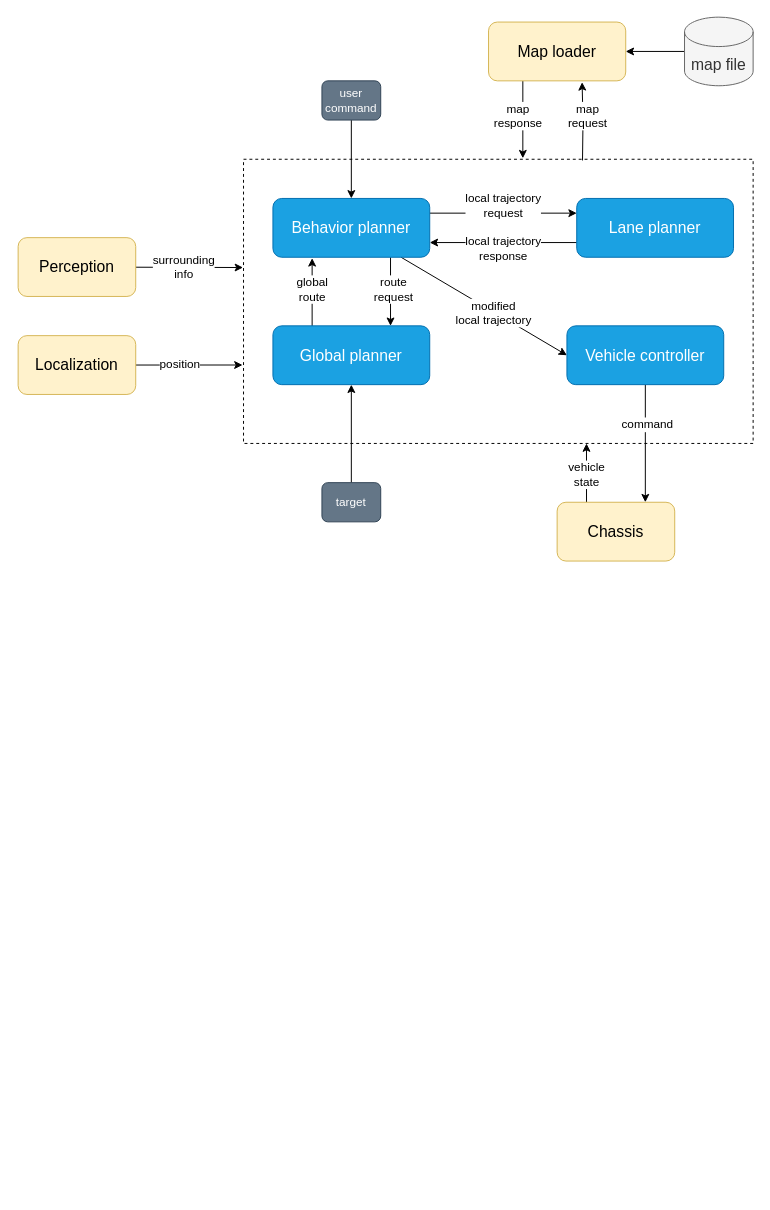
Above: ADU/planning/palnning_structure.drawio in mMikaa00/For_draw_io (draw.io), before the change. Source tidied: cells renumbered, new cells numbered last; positions are measured from the earlier drawing's top-left corner, leaving out a move shared by most shapes. Both pictures are drawn from the tidied source at 98%, with x=0, y=0 at pixel (18, 17).
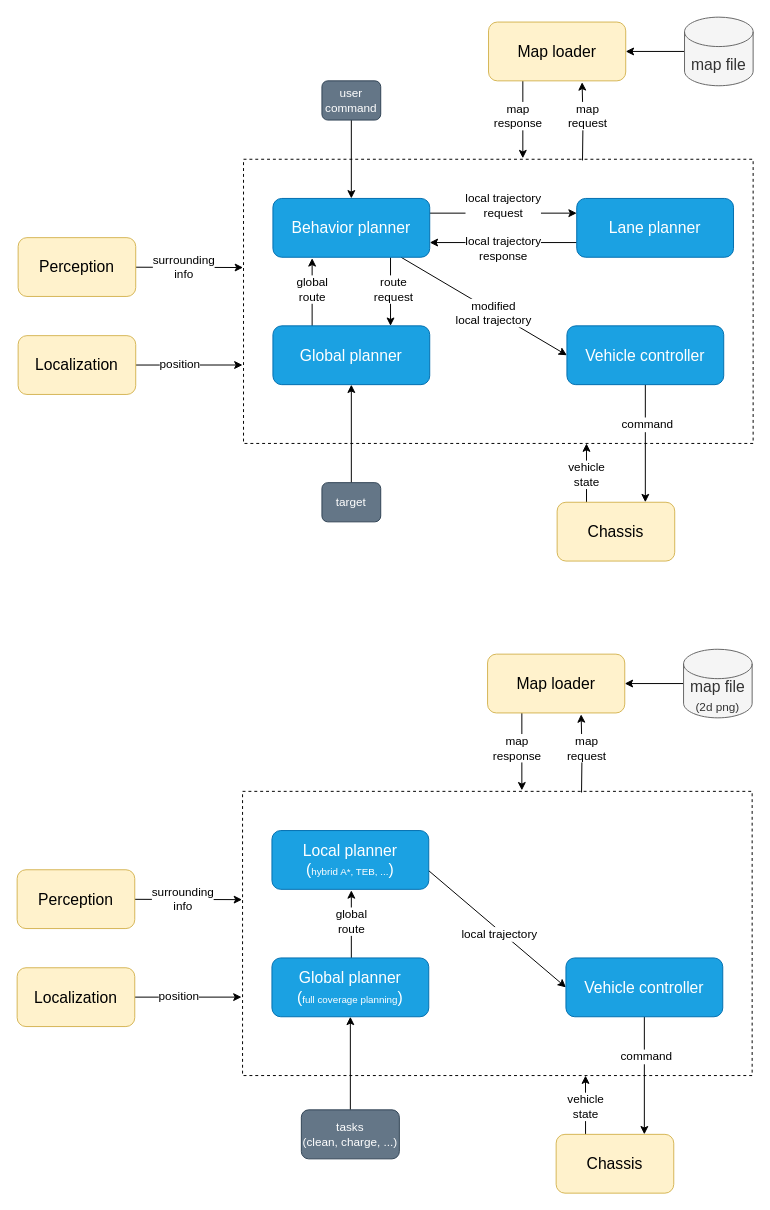
The same diagram, later.

Change to the diagram source:
```diff
@@
+    <mxCell id="39" style="rounded=0;whiteSpace=wrap;html=1;fontSize=16;fillColor=none;dashed=1;" parent="1" vertex="1">
+      <mxGeometry x="229" y="790" width="520" height="290" as="geometry" />
+    </mxCell>
+    <mxCell id="40" style="edgeStyle=none;rounded=0;jettySize=auto;html=1;entryX=-0.001;entryY=0.381;entryDx=0;entryDy=0;entryPerimeter=0;fontSize=12;" parent="1" edge="1" source="42" target="39">
+      <mxGeometry relative="1" as="geometry" />
+    </mxCell>
+    <mxCell id="41" value="surrounding&lt;br&gt;info" style="edgeLabel;html=1;align=center;verticalAlign=middle;fontSize=12;" parent="40" vertex="1">
+      <mxGeometry x="-0.25" y="1" relative="1" as="geometry">
+        <mxPoint x="7" as="offset" />
+      </mxGeometry>
+    </mxCell>
+    <mxCell id="42" value="Perception" style="rounded=1;whiteSpace=wrap;html=1;fontSize=16;fillColor=#fff2cc;strokeColor=#d6b656;" parent="1" vertex="1">
+      <mxGeometry x="-1" y="870" width="120" height="60" as="geometry" />
+    </mxCell>
+    <mxCell id="43" style="edgeStyle=none;rounded=0;jettySize=auto;html=1;entryX=-0.002;entryY=0.724;entryDx=0;entryDy=0;entryPerimeter=0;fontSize=12;" parent="1" edge="1" source="45" target="39">
+      <mxGeometry relative="1" as="geometry" />
+    </mxCell>
+    <mxCell id="44" value="position" style="edgeLabel;html=1;align=center;verticalAlign=middle;fontSize=12;" parent="43" vertex="1">
+      <mxGeometry x="-0.18" y="1" relative="1" as="geometry" />
+    </mxCell>
+    <mxCell id="45" value="Localization" style="rounded=1;whiteSpace=wrap;html=1;fontSize=16;fillColor=#fff2cc;strokeColor=#d6b656;" parent="1" vertex="1">
+      <mxGeometry x="-1" y="970" width="120" height="60" as="geometry" />
+    </mxCell>
+    <mxCell id="46" style="edgeStyle=none;rounded=0;jettySize=auto;html=1;fontSize=12;exitX=0.25;exitY=0;exitDx=0;exitDy=0;entryX=0.673;entryY=1;entryDx=0;entryDy=0;entryPerimeter=0;" parent="1" edge="1" source="48" target="39">
+      <mxGeometry relative="1" as="geometry" />
+    </mxCell>
+    <mxCell id="47" value="vehicle&lt;br&gt;state" style="edgeLabel;html=1;align=center;verticalAlign=middle;fontSize=12;" parent="46" vertex="1">
+      <mxGeometry x="0.11" relative="1" as="geometry">
+        <mxPoint y="4.3" as="offset" />
+      </mxGeometry>
+    </mxCell>
+    <mxCell id="48" value="Chassis" style="rounded=1;whiteSpace=wrap;html=1;fontSize=16;fillColor=#fff2cc;strokeColor=#d6b656;" parent="1" vertex="1">
+      <mxGeometry x="549" y="1140" width="120" height="60" as="geometry" />
+    </mxCell>
+    <mxCell id="49" style="edgeStyle=orthogonalEdgeStyle;rounded=0;jettySize=auto;html=1;entryX=0.682;entryY=1.024;entryDx=0;entryDy=0;entryPerimeter=0;fontSize=16;exitX=0.319;exitY=0.004;exitDx=0;exitDy=0;exitPerimeter=0;" parent="1" edge="1" target="59">
+      <mxGeometry relative="1" as="geometry">
+        <mxPoint x="574.9" y="791.2" as="sourcePoint" />
+      </mxGeometry>
+    </mxCell>
+    <mxCell id="50" value="map&lt;br style=&quot;font-size: 12px;&quot;&gt;request" style="edgeLabel;html=1;align=center;verticalAlign=middle;fontSize=12;" parent="49" vertex="1">
+      <mxGeometry x="0.19" y="1" relative="1" as="geometry">
+        <mxPoint x="6.2" y="1" as="offset" />
+      </mxGeometry>
+    </mxCell>
+    <mxCell id="51" style="edgeStyle=orthogonalEdgeStyle;rounded=0;orthogonalLoop=1;jettySize=auto;html=1;fontSize=16;exitX=0.25;exitY=0;exitDx=0;exitDy=0;entryX=0.25;entryY=1;entryDx=0;entryDy=0;" parent="1" edge="1">
+      <mxGeometry relative="1" as="geometry">
+        <mxPoint x="340" y="961" as="sourcePoint" />
+        <mxPoint x="340" y="891" as="targetPoint" />
+      </mxGeometry>
+    </mxCell>
+    <mxCell id="52" value="global &lt;br style=&quot;font-size: 12px;&quot;&gt;route" style="edgeLabel;html=1;align=center;verticalAlign=middle;fontSize=12;" parent="51" vertex="1">
+      <mxGeometry x="0.19" y="1" relative="1" as="geometry">
+        <mxPoint y="3.1" as="offset" />
+      </mxGeometry>
+    </mxCell>
+    <mxCell id="53" value="Global planner&lt;br&gt;(&lt;font style=&quot;font-size: 10px;&quot;&gt;full coverage planning&lt;/font&gt;)" style="rounded=1;whiteSpace=wrap;html=1;fontSize=16;fillColor=#1ba1e2;strokeColor=#006EAF;fontColor=#ffffff;" parent="1" vertex="1">
+      <mxGeometry x="259" y="960" width="160" height="60" as="geometry" />
+    </mxCell>
+    <mxCell id="54" style="rounded=0;jettySize=auto;html=1;fontSize=16;exitX=1;exitY=0.25;exitDx=0;exitDy=0;entryX=0;entryY=0.5;entryDx=0;entryDy=0;" parent="1" edge="1" target="64">
+      <mxGeometry relative="1" as="geometry">
+        <mxPoint x="419" y="871" as="sourcePoint" />
+      </mxGeometry>
+    </mxCell>
+    <mxCell id="55" value="local trajectory" style="edgeLabel;html=1;align=center;verticalAlign=middle;fontSize=12;" parent="54" vertex="1">
+      <mxGeometry x="-0.18" y="2" relative="1" as="geometry">
+        <mxPoint x="13" y="17" as="offset" />
+      </mxGeometry>
+    </mxCell>
+    <mxCell id="56" value="Local planner&lt;br&gt;(&lt;span style=&quot;font-size: 10px;&quot;&gt;hybrid A*, TEB, ...&lt;/span&gt;)" style="rounded=1;whiteSpace=wrap;html=1;fontSize=16;fillColor=#1ba1e2;strokeColor=#006EAF;fontColor=#ffffff;" parent="1" vertex="1">
+      <mxGeometry x="259" y="830" width="160" height="60" as="geometry" />
+    </mxCell>
+    <mxCell id="57" style="edgeStyle=orthogonalEdgeStyle;rounded=0;jettySize=auto;html=1;fontSize=16;exitX=0.25;exitY=1;exitDx=0;exitDy=0;" parent="1" edge="1" source="59">
+      <mxGeometry relative="1" as="geometry">
+        <mxPoint x="514" y="789" as="targetPoint" />
+      </mxGeometry>
+    </mxCell>
+    <mxCell id="58" value="map&lt;br style=&quot;font-size: 12px;&quot;&gt;response" style="edgeLabel;html=1;align=center;verticalAlign=middle;fontSize=12;" parent="57" vertex="1">
+      <mxGeometry x="-0.11" relative="1" as="geometry">
+        <mxPoint x="-6" as="offset" />
+      </mxGeometry>
+    </mxCell>
+    <mxCell id="59" value="Map loader" style="rounded=1;whiteSpace=wrap;html=1;fontSize=16;fillColor=#fff2cc;strokeColor=#d6b656;" parent="1" vertex="1">
+      <mxGeometry x="479" y="650" width="140" height="60" as="geometry" />
+    </mxCell>
+    <mxCell id="60" style="edgeStyle=orthogonalEdgeStyle;rounded=0;jettySize=auto;html=1;fontSize=16;" parent="1" edge="1" source="61" target="59">
+      <mxGeometry relative="1" as="geometry" />
+    </mxCell>
+    <mxCell id="61" value="map file&lt;br&gt;&lt;font style=&quot;font-size: 12px;&quot;&gt;(2d png)&lt;/font&gt;" style="shape=cylinder3;whiteSpace=wrap;html=1;boundedLbl=1;backgroundOutline=1;size=15;fillColor=#f5f5f5;fontSize=16;strokeColor=#666666;fontColor=#333333;" parent="1" vertex="1">
+      <mxGeometry x="679" y="645" width="70" height="70" as="geometry" />
+    </mxCell>
+    <mxCell id="62" style="edgeStyle=none;rounded=0;jettySize=auto;html=1;entryX=0.75;entryY=0;entryDx=0;entryDy=0;fontSize=14;" parent="1" edge="1" source="64" target="48">
+      <mxGeometry relative="1" as="geometry" />
+    </mxCell>
+    <mxCell id="63" value="command" style="edgeLabel;html=1;align=center;verticalAlign=middle;fontSize=12;" parent="62" vertex="1">
+      <mxGeometry x="-0.33" y="1" relative="1" as="geometry" />
+    </mxCell>
+    <mxCell id="64" value="Vehicle controller" style="rounded=1;whiteSpace=wrap;html=1;fontSize=16;fillColor=#1ba1e2;strokeColor=#006EAF;fontColor=#ffffff;" parent="1" vertex="1">
+      <mxGeometry x="559" y="960" width="160" height="60" as="geometry" />
+    </mxCell>
+    <mxCell id="65" style="edgeStyle=orthogonalEdgeStyle;rounded=0;jettySize=auto;html=1;fontSize=12;entryX=0.5;entryY=1;entryDx=0;entryDy=0;" parent="1" edge="1" source="66" target="53">
+      <mxGeometry relative="1" as="geometry" />
+    </mxCell>
+    <mxCell id="66" value="tasks&lt;br&gt;(clean, charge, ...)" style="rounded=1;whiteSpace=wrap;html=1;fillColor=#647687;fontSize=12;strokeColor=#314354;fontColor=#ffffff;" parent="1" vertex="1">
+      <mxGeometry x="289" y="1115" width="100" height="50" as="geometry" />
+    </mxCell>
```
